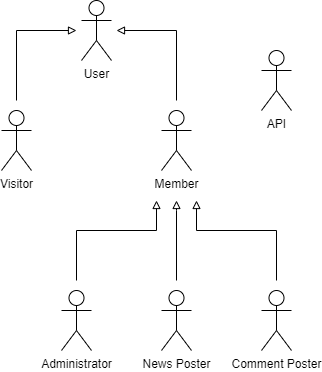
Above: artefacts/a2/LbawUseCases.png in andrenasx/Gameorama (draw.io), before the change. Source tidied: cells renumbered, new cells last; positions are measured from the earlier drawing's top-left corner, leaving out a move shared by most shapes.
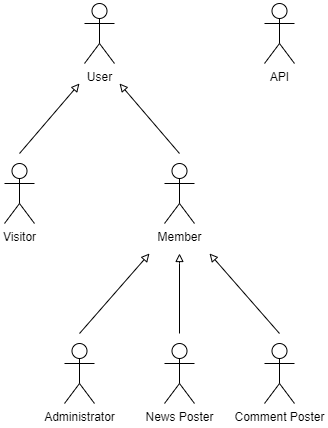
The same diagram one commit later.

Commit message:
Updated A3 according to the teacher's feedback

Diff of the diagram source:
```diff
@@ -3,47 +3,19 @@
     <mxCell id="0" />
     <mxCell id="1" parent="0" />
     <mxCell id="2" value="User" style="shape=umlActor;verticalLabelPosition=bottom;verticalAlign=top;html=1;" parent="1" vertex="1">
-      <mxGeometry x="80" width="30" height="60" as="geometry" />
+      <mxGeometry x="80" y="-50" width="30" height="60" as="geometry" />
     </mxCell>
-    <mxCell id="3" style="edgeStyle=orthogonalEdgeStyle;rounded=0;orthogonalLoop=1;jettySize=auto;html=1;endArrow=block;endFill=0;" parent="1" edge="1">
-      <mxGeometry relative="1" as="geometry">
-        <mxPoint x="15" y="100" as="sourcePoint" />
-        <mxPoint x="75" y="30" as="targetPoint" />
-        <Array as="points">
-          <mxPoint x="15" y="30" />
-        </Array>
-      </mxGeometry>
-    </mxCell>
     <mxCell id="4" value="Visitor" style="shape=umlActor;verticalLabelPosition=bottom;verticalAlign=top;html=1;" parent="1" vertex="1">
       <mxGeometry y="110" width="30" height="60" as="geometry" />
     </mxCell>
-    <mxCell id="5" style="edgeStyle=orthogonalEdgeStyle;rounded=0;orthogonalLoop=1;jettySize=auto;html=1;endArrow=block;endFill=0;" parent="1" edge="1">
-      <mxGeometry relative="1" as="geometry">
-        <mxPoint x="175" y="100" as="sourcePoint" />
-        <mxPoint x="115" y="30" as="targetPoint" />
-        <Array as="points">
-          <mxPoint x="175" y="30" />
-        </Array>
-      </mxGeometry>
-    </mxCell>
     <mxCell id="6" value="Member" style="shape=umlActor;verticalLabelPosition=bottom;verticalAlign=top;html=1;" parent="1" vertex="1">
       <mxGeometry x="160" y="110" width="30" height="60" as="geometry" />
     </mxCell>
-    <mxCell id="7" style="edgeStyle=orthogonalEdgeStyle;rounded=0;orthogonalLoop=1;jettySize=auto;html=1;endArrow=block;endFill=0;" parent="1" edge="1">
-      <mxGeometry relative="1" as="geometry">
-        <mxPoint x="75" y="280" as="sourcePoint" />
-        <mxPoint x="155" y="200" as="targetPoint" />
-        <Array as="points">
-          <mxPoint x="75" y="230" />
-          <mxPoint x="155" y="230" />
-        </Array>
-      </mxGeometry>
-    </mxCell>
     <mxCell id="8" value="Administrator" style="shape=umlActor;verticalLabelPosition=bottom;verticalAlign=top;html=1;" parent="1" vertex="1">
       <mxGeometry x="60" y="290" width="30" height="60" as="geometry" />
     </mxCell>
     <mxCell id="9" value="API" style="shape=umlActor;verticalLabelPosition=bottom;verticalAlign=top;html=1;" parent="1" vertex="1">
-      <mxGeometry x="260" y="50" width="30" height="60" as="geometry" />
+      <mxGeometry x="260" y="-50" width="30" height="60" as="geometry" />
     </mxCell>
     <mxCell id="10" value="News Poster" style="shape=umlActor;verticalLabelPosition=bottom;verticalAlign=top;html=1;spacingRight=0;spacing=2;" parent="1" vertex="1">
       <mxGeometry x="160" y="290" width="30" height="60" as="geometry" />
@@ -51,17 +23,6 @@
     <mxCell id="11" value="Comment Poster" style="shape=umlActor;verticalLabelPosition=bottom;verticalAlign=top;html=1;spacingRight=0;spacing=2;" parent="1" vertex="1">
       <mxGeometry x="260" y="290" width="30" height="60" as="geometry" />
     </mxCell>
-    <mxCell id="12" style="edgeStyle=orthogonalEdgeStyle;rounded=0;orthogonalLoop=1;jettySize=auto;html=1;endArrow=block;endFill=0;" parent="1" edge="1">
-      <mxGeometry relative="1" as="geometry">
-        <mxPoint x="275" y="280" as="sourcePoint" />
-        <mxPoint x="195" y="200" as="targetPoint" />
-        <Array as="points">
-          <mxPoint x="275" y="230" />
-          <mxPoint x="195" y="230" />
-          <mxPoint x="195" y="200" />
-        </Array>
-      </mxGeometry>
-    </mxCell>
     <mxCell id="13" style="edgeStyle=orthogonalEdgeStyle;rounded=0;orthogonalLoop=1;jettySize=auto;html=1;endArrow=block;endFill=0;" parent="1" edge="1">
       <mxGeometry relative="1" as="geometry">
         <mxPoint x="175" y="280" as="sourcePoint" />
@@ -71,5 +32,29 @@
         </Array>
       </mxGeometry>
     </mxCell>
+    <mxCell id="14" style="endArrow=block;html=1;endFill=0;" parent="1" edge="1">
+      <mxGeometry relative="1" as="geometry">
+        <mxPoint x="15" y="100" as="sourcePoint" />
+        <mxPoint x="75" y="30" as="targetPoint" />
+      </mxGeometry>
+    </mxCell>
+    <mxCell id="15" style="endArrow=block;html=1;endFill=0;" parent="1" edge="1">
+      <mxGeometry relative="1" as="geometry">
+        <mxPoint x="175" y="100" as="sourcePoint" />
+        <mxPoint x="115" y="30" as="targetPoint" />
+      </mxGeometry>
+    </mxCell>
+    <mxCell id="16" style="endArrow=block;html=1;endFill=0;" parent="1" edge="1">
+      <mxGeometry relative="1" as="geometry">
+        <mxPoint x="75" y="280" as="sourcePoint" />
+        <mxPoint x="145" y="200" as="targetPoint" />
+      </mxGeometry>
+    </mxCell>
+    <mxCell id="17" style="endArrow=block;html=1;endFill=0;" parent="1" edge="1">
+      <mxGeometry relative="1" as="geometry">
+        <mxPoint x="275" y="280" as="sourcePoint" />
+        <mxPoint x="205" y="200" as="targetPoint" />
+      </mxGeometry>
+    </mxCell>
   </root>
 </mxGraphModel>
```
